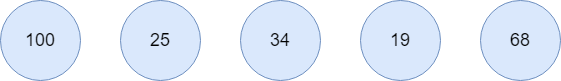
Before: algrithem/heap_step_1.drawio.png, a diagram exported from draw.io (muxicode/c153080686). Source tidied: cells renumbered, new cells last; positions are measured from the earlier drawing's top-left corner, leaving out a move shared by most shapes. Source of this version:
```xml
<mxGraphModel>
  <root>
    <mxCell id="0" />
    <mxCell id="1" parent="0" />
    <mxCell id="2" value="&lt;font style=&quot;font-size: 18px;&quot;&gt;100&lt;/font&gt;" style="ellipse;whiteSpace=wrap;html=1;fillColor=#dae8fc;strokeColor=#6c8ebf;" parent="1" vertex="1">
      <mxGeometry width="80" height="80" as="geometry" />
    </mxCell>
    <mxCell id="3" value="&lt;font style=&quot;font-size: 18px;&quot;&gt;25&lt;/font&gt;" style="ellipse;whiteSpace=wrap;html=1;fillColor=#dae8fc;strokeColor=#6c8ebf;" parent="1" vertex="1">
      <mxGeometry x="120" width="80" height="80" as="geometry" />
    </mxCell>
    <mxCell id="4" value="&lt;font style=&quot;font-size: 18px;&quot;&gt;34&lt;/font&gt;" style="ellipse;whiteSpace=wrap;html=1;fillColor=#dae8fc;strokeColor=#6c8ebf;" parent="1" vertex="1">
      <mxGeometry x="240" width="80" height="80" as="geometry" />
    </mxCell>
    <mxCell id="5" value="&lt;font style=&quot;font-size: 18px;&quot;&gt;19&lt;/font&gt;" style="ellipse;whiteSpace=wrap;html=1;fillColor=#dae8fc;strokeColor=#6c8ebf;" parent="1" vertex="1">
      <mxGeometry x="360" width="80" height="80" as="geometry" />
    </mxCell>
    <mxCell id="6" value="&lt;font style=&quot;font-size: 18px;&quot;&gt;68&lt;/font&gt;" style="ellipse;whiteSpace=wrap;html=1;fillColor=#dae8fc;strokeColor=#6c8ebf;" parent="1" vertex="1">
      <mxGeometry x="480" width="80" height="80" as="geometry" />
    </mxCell>
  </root>
</mxGraphModel>
```
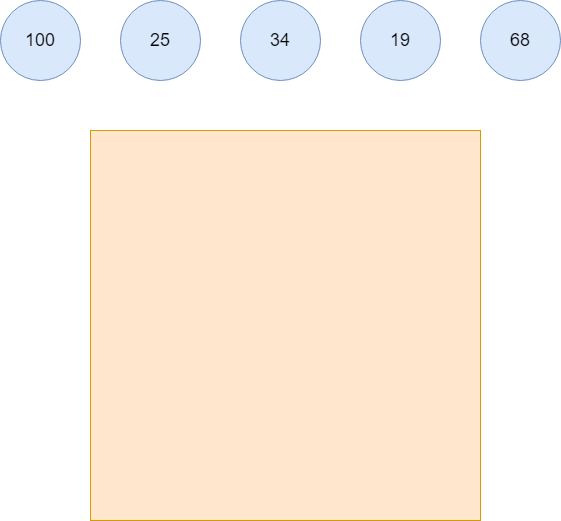
After the change.

What changed in the source:
```diff
@@ -17,5 +17,8 @@
     <mxCell id="6" value="&lt;font style=&quot;font-size: 18px;&quot;&gt;68&lt;/font&gt;" style="ellipse;whiteSpace=wrap;html=1;fillColor=#dae8fc;strokeColor=#6c8ebf;" parent="1" vertex="1">
       <mxGeometry x="480" width="80" height="80" as="geometry" />
     </mxCell>
+    <mxCell id="7" style="whiteSpace=wrap;html=1;fillColor=#ffe6cc;strokeColor=#d79b00;" parent="1" vertex="1">
+      <mxGeometry x="90" y="130" width="390" height="390" as="geometry" />
+    </mxCell>
   </root>
 </mxGraphModel>
```
